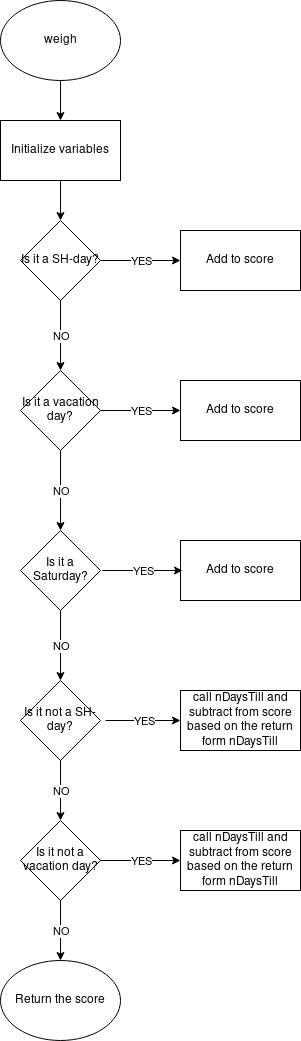
Earlier version of the draw.io export media/Flowcharts/weight_flow.png (BenjaminCB/P1_overleaf). Source tidied: cells renumbered, new cells last; positions are measured from the earlier drawing's top-left corner, leaving out a move shared by most shapes. Its diagram source:
```xml
<mxGraphModel>
  <root>
    <mxCell id="0" />
    <mxCell id="1" parent="0" />
    <mxCell id="2" value="weigh" style="ellipse;whiteSpace=wrap;html=1;" parent="1" vertex="1">
      <mxGeometry width="120" height="80" as="geometry" />
    </mxCell>
    <mxCell id="3" value="Initialize variables" style="rounded=0;whiteSpace=wrap;html=1;" parent="1" vertex="1">
      <mxGeometry y="120" width="120" height="60" as="geometry" />
    </mxCell>
    <mxCell id="4" value="Is it a SH-day?" style="rhombus;whiteSpace=wrap;html=1;" parent="1" vertex="1">
      <mxGeometry x="20" y="220" width="80" height="80" as="geometry" />
    </mxCell>
    <mxCell id="5" value="Add to score" style="rounded=0;whiteSpace=wrap;html=1;" parent="1" vertex="1">
      <mxGeometry x="180" y="230" width="120" height="60" as="geometry" />
    </mxCell>
    <mxCell id="6" value="Is it a vacation day?" style="rhombus;whiteSpace=wrap;html=1;" parent="1" vertex="1">
      <mxGeometry x="20" y="370" width="80" height="80" as="geometry" />
    </mxCell>
    <mxCell id="7" value="Add to score" style="rounded=0;whiteSpace=wrap;html=1;" parent="1" vertex="1">
      <mxGeometry x="180" y="380" width="120" height="60" as="geometry" />
    </mxCell>
    <mxCell id="8" value="Is it a Saturday?" style="rhombus;whiteSpace=wrap;html=1;" parent="1" vertex="1">
      <mxGeometry x="20" y="530" width="80" height="80" as="geometry" />
    </mxCell>
    <mxCell id="9" value="Add to score" style="rounded=0;whiteSpace=wrap;html=1;" parent="1" vertex="1">
      <mxGeometry x="180" y="540" width="120" height="60" as="geometry" />
    </mxCell>
    <mxCell id="10" style="endArrow=classic;html=1;exitX=0.5;exitY=1;exitDx=0;exitDy=0;entryX=0.5;entryY=0;entryDx=0;entryDy=0;" parent="1" edge="1" source="4" target="6">
      <mxGeometry relative="1" as="geometry" />
    </mxCell>
    <mxCell id="11" value="NO" style="edgeLabel;html=1;align=center;verticalAlign=middle;" parent="10" vertex="1">
      <mxGeometry relative="1" as="geometry" />
    </mxCell>
    <mxCell id="12" style="endArrow=classic;html=1;exitX=0.5;exitY=1;exitDx=0;exitDy=0;" parent="1" edge="1" source="6" target="8">
      <mxGeometry relative="1" as="geometry" />
    </mxCell>
    <mxCell id="13" value="NO" style="edgeLabel;html=1;align=center;verticalAlign=middle;" parent="12" vertex="1">
      <mxGeometry relative="1" as="geometry" />
    </mxCell>
    <mxCell id="14" style="endArrow=classic;html=1;exitX=1;exitY=0.5;exitDx=0;exitDy=0;entryX=0;entryY=0.5;entryDx=0;entryDy=0;" parent="1" edge="1">
      <mxGeometry relative="1" as="geometry">
        <mxPoint x="102" y="570" as="sourcePoint" />
        <mxPoint x="182" y="570" as="targetPoint" />
      </mxGeometry>
    </mxCell>
    <mxCell id="15" value="YES" style="edgeLabel;html=1;align=center;verticalAlign=middle;" parent="14" vertex="1">
      <mxGeometry relative="1" as="geometry" />
    </mxCell>
    <mxCell id="16" style="endArrow=classic;html=1;exitX=0.5;exitY=1;exitDx=0;exitDy=0;entryX=0.5;entryY=0;entryDx=0;entryDy=0;" parent="1" edge="1" source="8" target="24">
      <mxGeometry relative="1" as="geometry" />
    </mxCell>
    <mxCell id="17" value="NO" style="edgeLabel;html=1;align=center;verticalAlign=middle;" parent="16" vertex="1">
      <mxGeometry relative="1" as="geometry" />
    </mxCell>
    <mxCell id="18" style="endArrow=classic;html=1;exitX=1;exitY=0.5;exitDx=0;exitDy=0;entryX=0;entryY=0.5;entryDx=0;entryDy=0;" parent="1" edge="1" source="4" target="5">
      <mxGeometry relative="1" as="geometry" />
    </mxCell>
    <mxCell id="19" value="YES" style="edgeLabel;html=1;align=center;verticalAlign=middle;" parent="18" vertex="1">
      <mxGeometry relative="1" as="geometry" />
    </mxCell>
    <mxCell id="20" style="endArrow=classic;html=1;entryX=0;entryY=0.5;entryDx=0;entryDy=0;exitX=1;exitY=0.5;exitDx=0;exitDy=0;" parent="1" edge="1" source="6" target="7">
      <mxGeometry relative="1" as="geometry" />
    </mxCell>
    <mxCell id="21" value="YES" style="edgeLabel;html=1;align=center;verticalAlign=middle;" parent="20" vertex="1">
      <mxGeometry relative="1" as="geometry" />
    </mxCell>
    <mxCell id="22" style="endArrow=classic;html=1;exitX=0.5;exitY=1;exitDx=0;exitDy=0;entryX=0.5;entryY=0;entryDx=0;entryDy=0;" parent="1" edge="1" source="3" target="4">
      <mxGeometry relative="1" as="geometry" />
    </mxCell>
    <mxCell id="23" style="endArrow=classic;html=1;exitX=0.5;exitY=1;exitDx=0;exitDy=0;entryX=0.5;entryY=0;entryDx=0;entryDy=0;" parent="1" edge="1" source="2" target="3">
      <mxGeometry relative="1" as="geometry" />
    </mxCell>
    <mxCell id="24" value="Is it not a SH-day?" style="rhombus;whiteSpace=wrap;html=1;" parent="1" vertex="1">
      <mxGeometry x="20" y="680" width="80" height="80" as="geometry" />
    </mxCell>
    <mxCell id="25" value="Is it not a vacation day?" style="rhombus;whiteSpace=wrap;html=1;" parent="1" vertex="1">
      <mxGeometry x="20" y="820" width="80" height="80" as="geometry" />
    </mxCell>
    <mxCell id="26" value="call nDaysTill and subtract from score based on the return form nDaysTill" style="rounded=0;whiteSpace=wrap;html=1;" parent="1" vertex="1">
      <mxGeometry x="180" y="690" width="120" height="60" as="geometry" />
    </mxCell>
    <mxCell id="27" value="call nDaysTill and subtract from score based on the return form nDaysTill" style="rounded=0;whiteSpace=wrap;html=1;" parent="1" vertex="1">
      <mxGeometry x="180" y="830" width="120" height="60" as="geometry" />
    </mxCell>
    <mxCell id="28" value="Return the score" style="ellipse;whiteSpace=wrap;html=1;" parent="1" vertex="1">
      <mxGeometry y="960" width="120" height="80" as="geometry" />
    </mxCell>
    <mxCell id="29" style="endArrow=classic;html=1;exitX=0.5;exitY=1;exitDx=0;exitDy=0;entryX=0.5;entryY=0;entryDx=0;entryDy=0;" parent="1" edge="1" source="24" target="25">
      <mxGeometry relative="1" as="geometry" />
    </mxCell>
    <mxCell id="30" value="NO" style="edgeLabel;html=1;align=center;verticalAlign=middle;" parent="29" vertex="1">
      <mxGeometry relative="1" as="geometry" />
    </mxCell>
    <mxCell id="31" style="endArrow=classic;html=1;exitX=0.5;exitY=1;exitDx=0;exitDy=0;entryX=0.5;entryY=0;entryDx=0;entryDy=0;" parent="1" edge="1" source="25" target="28">
      <mxGeometry relative="1" as="geometry" />
    </mxCell>
    <mxCell id="32" value="NO" style="edgeLabel;html=1;align=center;verticalAlign=middle;" parent="31" vertex="1">
      <mxGeometry relative="1" as="geometry" />
    </mxCell>
    <mxCell id="33" style="endArrow=classic;html=1;exitX=1;exitY=0.5;exitDx=0;exitDy=0;entryX=0;entryY=0.5;entryDx=0;entryDy=0;" parent="1" edge="1" source="25" target="27">
      <mxGeometry relative="1" as="geometry" />
    </mxCell>
    <mxCell id="34" value="YES" style="edgeLabel;html=1;align=center;verticalAlign=middle;" parent="33" vertex="1">
      <mxGeometry relative="1" as="geometry" />
    </mxCell>
    <mxCell id="35" style="endArrow=classic;html=1;entryX=0;entryY=0.5;entryDx=0;entryDy=0;" parent="1" edge="1" target="26">
      <mxGeometry relative="1" as="geometry">
        <mxPoint x="105" y="720" as="sourcePoint" />
      </mxGeometry>
    </mxCell>
    <mxCell id="36" value="YES" style="edgeLabel;html=1;align=center;verticalAlign=middle;" parent="35" vertex="1">
      <mxGeometry relative="1" as="geometry" />
    </mxCell>
  </root>
</mxGraphModel>
```
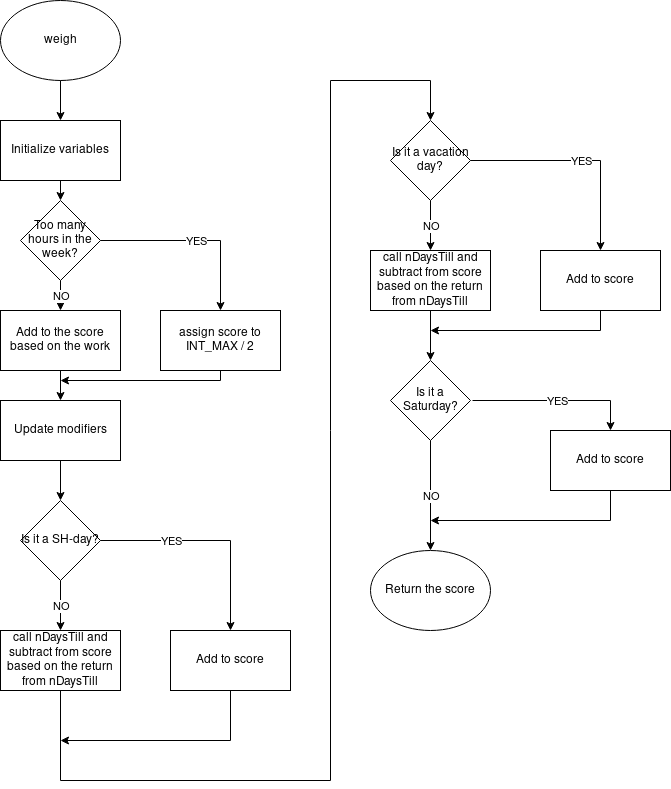
After the change.

Change to the diagram source:
```diff
@@ -9,108 +9,170 @@
       <mxGeometry y="120" width="120" height="60" as="geometry" />
     </mxCell>
     <mxCell id="4" value="Is it a SH-day?" style="rhombus;whiteSpace=wrap;html=1;" parent="1" vertex="1">
-      <mxGeometry x="20" y="220" width="80" height="80" as="geometry" />
+      <mxGeometry x="20" y="500" width="80" height="80" as="geometry" />
     </mxCell>
     <mxCell id="5" value="Add to score" style="rounded=0;whiteSpace=wrap;html=1;" parent="1" vertex="1">
-      <mxGeometry x="180" y="230" width="120" height="60" as="geometry" />
+      <mxGeometry x="170" y="630" width="120" height="60" as="geometry" />
     </mxCell>
     <mxCell id="6" value="Is it a vacation day?" style="rhombus;whiteSpace=wrap;html=1;" parent="1" vertex="1">
-      <mxGeometry x="20" y="370" width="80" height="80" as="geometry" />
+      <mxGeometry x="390" y="120" width="80" height="80" as="geometry" />
     </mxCell>
     <mxCell id="7" value="Add to score" style="rounded=0;whiteSpace=wrap;html=1;" parent="1" vertex="1">
-      <mxGeometry x="180" y="380" width="120" height="60" as="geometry" />
+      <mxGeometry x="540" y="250" width="120" height="60" as="geometry" />
     </mxCell>
     <mxCell id="8" value="Is it a Saturday?" style="rhombus;whiteSpace=wrap;html=1;" parent="1" vertex="1">
-      <mxGeometry x="20" y="530" width="80" height="80" as="geometry" />
+      <mxGeometry x="390" y="360" width="80" height="80" as="geometry" />
     </mxCell>
     <mxCell id="9" value="Add to score" style="rounded=0;whiteSpace=wrap;html=1;" parent="1" vertex="1">
-      <mxGeometry x="180" y="540" width="120" height="60" as="geometry" />
+      <mxGeometry x="550" y="430" width="120" height="60" as="geometry" />
     </mxCell>
-    <mxCell id="10" style="endArrow=classic;html=1;exitX=0.5;exitY=1;exitDx=0;exitDy=0;entryX=0.5;entryY=0;entryDx=0;entryDy=0;" parent="1" edge="1" source="4" target="6">
-      <mxGeometry relative="1" as="geometry" />
+    <mxCell id="10" style="endArrow=classic;html=1;exitX=0.5;exitY=1;exitDx=0;exitDy=0;entryX=0.5;entryY=0;entryDx=0;entryDy=0;" parent="1" edge="1" target="26">
+      <mxGeometry relative="1" as="geometry">
+        <mxPoint x="60" y="580" as="sourcePoint" />
+      </mxGeometry>
     </mxCell>
     <mxCell id="11" value="NO" style="edgeLabel;html=1;align=center;verticalAlign=middle;" parent="10" vertex="1">
       <mxGeometry relative="1" as="geometry" />
     </mxCell>
-    <mxCell id="12" style="endArrow=classic;html=1;exitX=0.5;exitY=1;exitDx=0;exitDy=0;" parent="1" edge="1" source="6" target="8">
+    <mxCell id="12" style="endArrow=classic;html=1;exitX=0.5;exitY=1;exitDx=0;exitDy=0;" parent="1" edge="1" source="27" target="8">
       <mxGeometry relative="1" as="geometry" />
     </mxCell>
-    <mxCell id="13" value="NO" style="edgeLabel;html=1;align=center;verticalAlign=middle;" parent="12" vertex="1">
-      <mxGeometry relative="1" as="geometry" />
-    </mxCell>
-    <mxCell id="14" style="endArrow=classic;html=1;exitX=1;exitY=0.5;exitDx=0;exitDy=0;entryX=0;entryY=0.5;entryDx=0;entryDy=0;" parent="1" edge="1">
+    <mxCell id="14" style="endArrow=classic;html=1;exitX=1;exitY=0.5;exitDx=0;exitDy=0;entryX=0.5;entryY=0;entryDx=0;entryDy=0;rounded=0;" parent="1" edge="1" target="9">
       <mxGeometry relative="1" as="geometry">
-        <mxPoint x="102" y="570" as="sourcePoint" />
-        <mxPoint x="182" y="570" as="targetPoint" />
+        <mxPoint x="472" y="400" as="sourcePoint" />
+        <Array as="points">
+          <mxPoint x="610" y="400" />
+        </Array>
       </mxGeometry>
     </mxCell>
     <mxCell id="15" value="YES" style="edgeLabel;html=1;align=center;verticalAlign=middle;" parent="14" vertex="1">
       <mxGeometry relative="1" as="geometry" />
     </mxCell>
-    <mxCell id="16" style="endArrow=classic;html=1;exitX=0.5;exitY=1;exitDx=0;exitDy=0;entryX=0.5;entryY=0;entryDx=0;entryDy=0;" parent="1" edge="1" source="8" target="24">
+    <mxCell id="16" style="endArrow=classic;html=1;exitX=0.5;exitY=1;exitDx=0;exitDy=0;entryX=0.5;entryY=0;entryDx=0;entryDy=0;" parent="1" edge="1" source="8" target="28">
       <mxGeometry relative="1" as="geometry" />
     </mxCell>
     <mxCell id="17" value="NO" style="edgeLabel;html=1;align=center;verticalAlign=middle;" parent="16" vertex="1">
       <mxGeometry relative="1" as="geometry" />
     </mxCell>
-    <mxCell id="18" style="endArrow=classic;html=1;exitX=1;exitY=0.5;exitDx=0;exitDy=0;entryX=0;entryY=0.5;entryDx=0;entryDy=0;" parent="1" edge="1" source="4" target="5">
-      <mxGeometry relative="1" as="geometry" />
+    <mxCell id="18" style="endArrow=classic;html=1;exitX=1;exitY=0.5;exitDx=0;exitDy=0;entryX=0.5;entryY=0;entryDx=0;entryDy=0;rounded=0;" parent="1" edge="1" target="5">
+      <mxGeometry relative="1" as="geometry">
+        <mxPoint x="100" y="540" as="sourcePoint" />
+        <Array as="points">
+          <mxPoint x="230" y="540" />
+        </Array>
+      </mxGeometry>
     </mxCell>
     <mxCell id="19" value="YES" style="edgeLabel;html=1;align=center;verticalAlign=middle;" parent="18" vertex="1">
-      <mxGeometry relative="1" as="geometry" />
+      <mxGeometry relative="1" as="geometry">
+        <mxPoint x="-40" as="offset" />
+      </mxGeometry>
     </mxCell>
-    <mxCell id="20" style="endArrow=classic;html=1;entryX=0;entryY=0.5;entryDx=0;entryDy=0;exitX=1;exitY=0.5;exitDx=0;exitDy=0;" parent="1" edge="1" source="6" target="7">
-      <mxGeometry relative="1" as="geometry" />
+    <mxCell id="20" style="endArrow=classic;html=1;entryX=0.5;entryY=0;entryDx=0;entryDy=0;exitX=1;exitY=0.5;exitDx=0;exitDy=0;rounded=0;" parent="1" edge="1" source="6" target="7">
+      <mxGeometry relative="1" as="geometry">
+        <Array as="points">
+          <mxPoint x="600" y="160" />
+        </Array>
+      </mxGeometry>
     </mxCell>
     <mxCell id="21" value="YES" style="edgeLabel;html=1;align=center;verticalAlign=middle;" parent="20" vertex="1">
       <mxGeometry relative="1" as="geometry" />
     </mxCell>
-    <mxCell id="22" style="endArrow=classic;html=1;exitX=0.5;exitY=1;exitDx=0;exitDy=0;entryX=0.5;entryY=0;entryDx=0;entryDy=0;" parent="1" edge="1" source="3" target="4">
-      <mxGeometry relative="1" as="geometry" />
-    </mxCell>
     <mxCell id="23" style="endArrow=classic;html=1;exitX=0.5;exitY=1;exitDx=0;exitDy=0;entryX=0.5;entryY=0;entryDx=0;entryDy=0;" parent="1" edge="1" source="2" target="3">
       <mxGeometry relative="1" as="geometry" />
     </mxCell>
-    <mxCell id="24" value="Is it not a SH-day?" style="rhombus;whiteSpace=wrap;html=1;" parent="1" vertex="1">
-      <mxGeometry x="20" y="680" width="80" height="80" as="geometry" />
-    </mxCell>
-    <mxCell id="25" value="Is it not a vacation day?" style="rhombus;whiteSpace=wrap;html=1;" parent="1" vertex="1">
-      <mxGeometry x="20" y="820" width="80" height="80" as="geometry" />
-    </mxCell>
-    <mxCell id="26" value="call nDaysTill and subtract from score based on the return form nDaysTill" style="rounded=0;whiteSpace=wrap;html=1;" parent="1" vertex="1">
-      <mxGeometry x="180" y="690" width="120" height="60" as="geometry" />
+    <mxCell id="26" value="call nDaysTill and subtract from score based on the return from nDaysTill" style="rounded=0;whiteSpace=wrap;html=1;" parent="1" vertex="1">
+      <mxGeometry y="630" width="120" height="60" as="geometry" />
     </mxCell>
+    <mxCell id="28" value="Return the score" style="ellipse;whiteSpace=wrap;html=1;" parent="1" vertex="1">
+      <mxGeometry x="370" y="550" width="120" height="80" as="geometry" />
+    </mxCell>
+    <mxCell id="37" style="endArrow=classic;html=1;exitX=0.5;exitY=1;exitDx=0;exitDy=0;rounded=0;" parent="1" edge="1" source="5">
+      <mxGeometry relative="1" as="geometry">
+        <mxPoint x="60" y="740" as="targetPoint" />
+        <Array as="points">
+          <mxPoint x="230" y="740" />
+        </Array>
+      </mxGeometry>
+    </mxCell>
+    <mxCell id="38" style="endArrow=classic;html=1;exitX=0.5;exitY=1;exitDx=0;exitDy=0;rounded=0;" parent="1" edge="1" source="9">
+      <mxGeometry relative="1" as="geometry">
+        <mxPoint x="430" y="520" as="targetPoint" />
+        <Array as="points">
+          <mxPoint x="610" y="520" />
+        </Array>
+      </mxGeometry>
+    </mxCell>
+    <mxCell id="39" style="endArrow=classic;html=1;exitX=0.5;exitY=1;exitDx=0;exitDy=0;rounded=0;" parent="1" edge="1" source="7">
+      <mxGeometry relative="1" as="geometry">
+        <mxPoint x="430" y="330" as="targetPoint" />
+        <Array as="points">
+          <mxPoint x="600" y="330" />
+        </Array>
+      </mxGeometry>
+    </mxCell>
+    <mxCell id="40" style="endArrow=classic;html=1;exitX=0.5;exitY=1;exitDx=0;exitDy=0;entryX=0.5;entryY=0;entryDx=0;entryDy=0;rounded=0;" parent="1" edge="1" source="26" target="6">
+      <mxGeometry relative="1" as="geometry">
+        <Array as="points">
+          <mxPoint x="60" y="780" />
+          <mxPoint x="330" y="780" />
+          <mxPoint x="330" y="80" />
+          <mxPoint x="430" y="80" />
+        </Array>
+      </mxGeometry>
+    </mxCell>
-    <mxCell id="27" value="call nDaysTill and subtract from score based on the return form nDaysTill" style="rounded=0;whiteSpace=wrap;html=1;" parent="1" vertex="1">
-      <mxGeometry x="180" y="830" width="120" height="60" as="geometry" />
+    <mxCell id="27" value="call nDaysTill and subtract from score based on the return from nDaysTill" style="rounded=0;whiteSpace=wrap;html=1;" parent="1" vertex="1">
+      <mxGeometry x="370" y="250" width="120" height="60" as="geometry" />
     </mxCell>
-    <mxCell id="28" value="Return the score" style="ellipse;whiteSpace=wrap;html=1;" parent="1" vertex="1">
-      <mxGeometry y="960" width="120" height="80" as="geometry" />
-    </mxCell>
-    <mxCell id="29" style="endArrow=classic;html=1;exitX=0.5;exitY=1;exitDx=0;exitDy=0;entryX=0.5;entryY=0;entryDx=0;entryDy=0;" parent="1" edge="1" source="24" target="25">
-      <mxGeometry relative="1" as="geometry" />
-    </mxCell>
-    <mxCell id="30" value="NO" style="edgeLabel;html=1;align=center;verticalAlign=middle;" parent="29" vertex="1">
-      <mxGeometry relative="1" as="geometry" />
-    </mxCell>
-    <mxCell id="31" style="endArrow=classic;html=1;exitX=0.5;exitY=1;exitDx=0;exitDy=0;entryX=0.5;entryY=0;entryDx=0;entryDy=0;" parent="1" edge="1" source="25" target="28">
-      <mxGeometry relative="1" as="geometry" />
-    </mxCell>
-    <mxCell id="32" value="NO" style="edgeLabel;html=1;align=center;verticalAlign=middle;" parent="31" vertex="1">
-      <mxGeometry relative="1" as="geometry" />
-    </mxCell>
-    <mxCell id="33" style="endArrow=classic;html=1;exitX=1;exitY=0.5;exitDx=0;exitDy=0;entryX=0;entryY=0.5;entryDx=0;entryDy=0;" parent="1" edge="1" source="25" target="27">
-      <mxGeometry relative="1" as="geometry" />
-    </mxCell>
-    <mxCell id="34" value="YES" style="edgeLabel;html=1;align=center;verticalAlign=middle;" parent="33" vertex="1">
-      <mxGeometry relative="1" as="geometry" />
-    </mxCell>
-    <mxCell id="35" style="endArrow=classic;html=1;entryX=0;entryY=0.5;entryDx=0;entryDy=0;" parent="1" edge="1" target="26">
-      <mxGeometry relative="1" as="geometry">
-        <mxPoint x="105" y="720" as="sourcePoint" />
-      </mxGeometry>
-    </mxCell>
-    <mxCell id="36" value="YES" style="edgeLabel;html=1;align=center;verticalAlign=middle;" parent="35" vertex="1">
-      <mxGeometry relative="1" as="geometry" />
-    </mxCell>
+    <mxCell id="41" style="endArrow=classic;html=1;exitX=0.5;exitY=1;exitDx=0;exitDy=0;" parent="1" edge="1" source="6" target="27">
+      <mxGeometry relative="1" as="geometry" />
+    </mxCell>
+    <mxCell id="42" value="NO" style="edgeLabel;html=1;align=center;verticalAlign=middle;" parent="41" vertex="1">
+      <mxGeometry relative="1" as="geometry" />
+    </mxCell>
+    <mxCell id="43" value="Too many hours in the week?" style="rhombus;whiteSpace=wrap;html=1;" parent="1" vertex="1">
+      <mxGeometry x="20" y="200" width="80" height="80" as="geometry" />
+    </mxCell>
+    <mxCell id="44" value="assign score to INT_MAX / 2" style="rounded=0;whiteSpace=wrap;html=1;" parent="1" vertex="1">
+      <mxGeometry x="160" y="310" width="120" height="60" as="geometry" />
+    </mxCell>
+    <mxCell id="45" value="Update modifiers" style="rounded=0;whiteSpace=wrap;html=1;" parent="1" vertex="1">
+      <mxGeometry y="400" width="120" height="60" as="geometry" />
+    </mxCell>
+    <mxCell id="46" value="Add to the score based on the work " style="rounded=0;whiteSpace=wrap;html=1;" parent="1" vertex="1">
+      <mxGeometry y="310" width="120" height="60" as="geometry" />
+    </mxCell>
+    <mxCell id="47" style="endArrow=classic;html=1;exitX=0.5;exitY=1;exitDx=0;exitDy=0;entryX=0.5;entryY=0;entryDx=0;entryDy=0;" parent="1" edge="1" source="43" target="46">
+      <mxGeometry relative="1" as="geometry" />
+    </mxCell>
+    <mxCell id="48" value="NO" style="edgeLabel;html=1;align=center;verticalAlign=middle;" parent="47" vertex="1">
+      <mxGeometry relative="1" as="geometry" />
+    </mxCell>
+    <mxCell id="49" style="endArrow=classic;html=1;exitX=1;exitY=0.5;exitDx=0;exitDy=0;entryX=0.5;entryY=0;entryDx=0;entryDy=0;rounded=0;" parent="1" edge="1" source="43" target="44">
+      <mxGeometry relative="1" as="geometry">
+        <Array as="points">
+          <mxPoint x="220" y="240" />
+        </Array>
+      </mxGeometry>
+    </mxCell>
+    <mxCell id="50" value="YES" style="edgeLabel;html=1;align=center;verticalAlign=middle;" parent="49" vertex="1">
+      <mxGeometry relative="1" as="geometry" />
+    </mxCell>
+    <mxCell id="51" style="endArrow=classic;html=1;exitX=0.5;exitY=1;exitDx=0;exitDy=0;rounded=0;" parent="1" edge="1" source="44">
+      <mxGeometry relative="1" as="geometry">
+        <mxPoint x="60" y="380" as="targetPoint" />
+        <Array as="points">
+          <mxPoint x="220" y="380" />
+        </Array>
+      </mxGeometry>
+    </mxCell>
+    <mxCell id="52" style="endArrow=classic;html=1;exitX=0.5;exitY=1;exitDx=0;exitDy=0;entryX=0.5;entryY=0;entryDx=0;entryDy=0;" parent="1" edge="1" source="46" target="45">
+      <mxGeometry relative="1" as="geometry" />
+    </mxCell>
+    <mxCell id="53" style="endArrow=classic;html=1;exitX=0.5;exitY=1;exitDx=0;exitDy=0;entryX=0.5;entryY=0;entryDx=0;entryDy=0;" parent="1" edge="1" source="45" target="4">
+      <mxGeometry relative="1" as="geometry" />
+    </mxCell>
+    <mxCell id="54" style="endArrow=classic;html=1;exitX=0.5;exitY=1;exitDx=0;exitDy=0;entryX=0.5;entryY=0;entryDx=0;entryDy=0;" parent="1" edge="1" source="3" target="43">
+      <mxGeometry relative="1" as="geometry" />
+    </mxCell>
   </root>
 </mxGraphModel>
```
